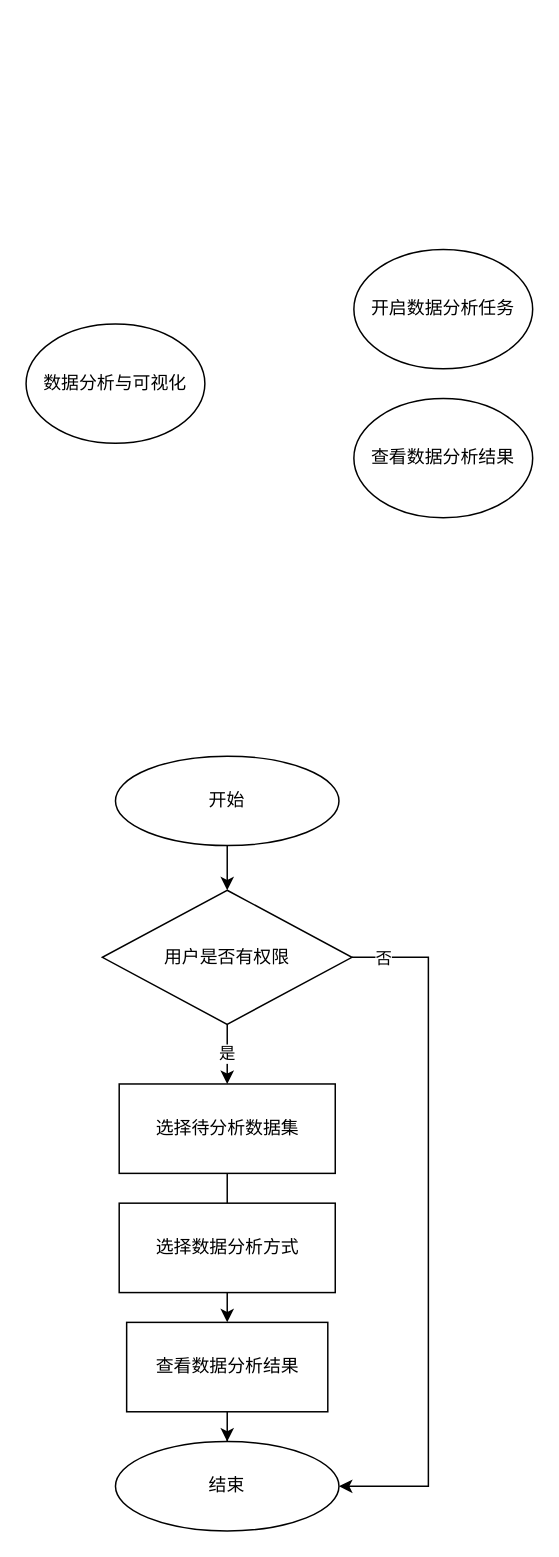
Above: 数据分析与可视化.drawio in fengyouliang/drawio (draw.io), before the change. Source tidied: cells renumbered, new cells numbered last; positions are measured from the earlier drawing's top-left corner, leaving out a move shared by most shapes. Both pictures are drawn from the tidied source at 149%, with x=0, y=0 at pixel (25, 249).
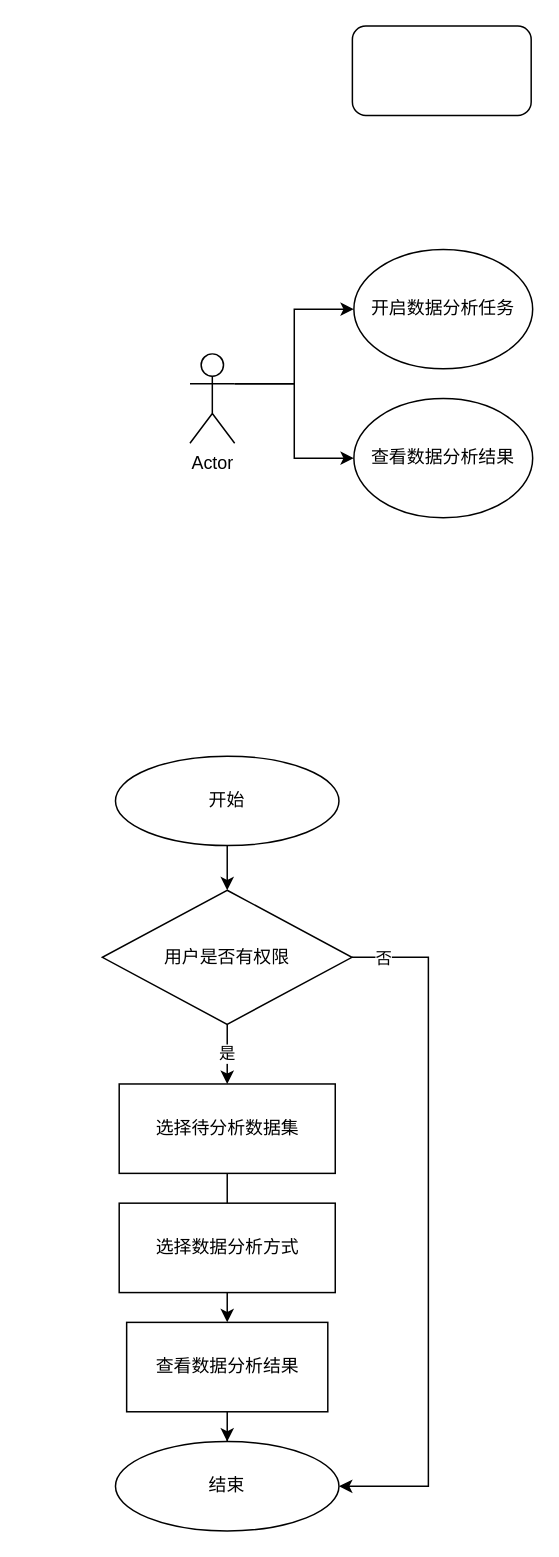
The same diagram, later.

Commit message:
更新数据分析与可视化.drawio

The change refers to these unchanged cells:
```xml
<mxCell id="3" value="查看数据分析结果" style="ellipse;whiteSpace=wrap;html=1;" parent="1" vertex="1">
  <mxGeometry x="220" y="100" width="120" height="80" as="geometry" />
</mxCell>
<mxCell id="4" value="开启数据分析任务" style="ellipse;whiteSpace=wrap;html=1;" parent="1" vertex="1">
  <mxGeometry x="220" width="120" height="80" as="geometry" />
</mxCell>
```

The edit, as a diff of the source:
```diff
@@
-    <mxCell id="2" value="数据分析与可视化" style="ellipse;whiteSpace=wrap;html=1;" parent="1" vertex="1">
-      <mxGeometry y="50" width="120" height="80" as="geometry" />
-    </mxCell>
@@
+    <mxCell id="17" style="edgeStyle=orthogonalEdgeStyle;rounded=0;jettySize=auto;html=1;exitX=1;exitY=0.3333333333333333;exitDx=0;exitDy=0;exitPerimeter=0;" parent="1" edge="1" source="19" target="4">
+      <mxGeometry relative="1" as="geometry" />
+    </mxCell>
+    <mxCell id="18" style="edgeStyle=orthogonalEdgeStyle;rounded=0;jettySize=auto;html=1;exitX=1;exitY=0.3333333333333333;exitDx=0;exitDy=0;exitPerimeter=0;" parent="1" edge="1" source="19" target="3">
+      <mxGeometry relative="1" as="geometry" />
+    </mxCell>
+    <mxCell id="19" value="Actor" style="shape=umlActor;verticalLabelPosition=bottom;verticalAlign=top;html=1;outlineConnect=0;" parent="1" vertex="1">
+      <mxGeometry x="110" y="70" width="30" height="60" as="geometry" />
+    </mxCell>
+    <mxCell id="20" style="rounded=1;whiteSpace=wrap;html=1;" parent="1" vertex="1">
+      <mxGeometry x="219" y="-150" width="120" height="60" as="geometry" />
+    </mxCell>
```
